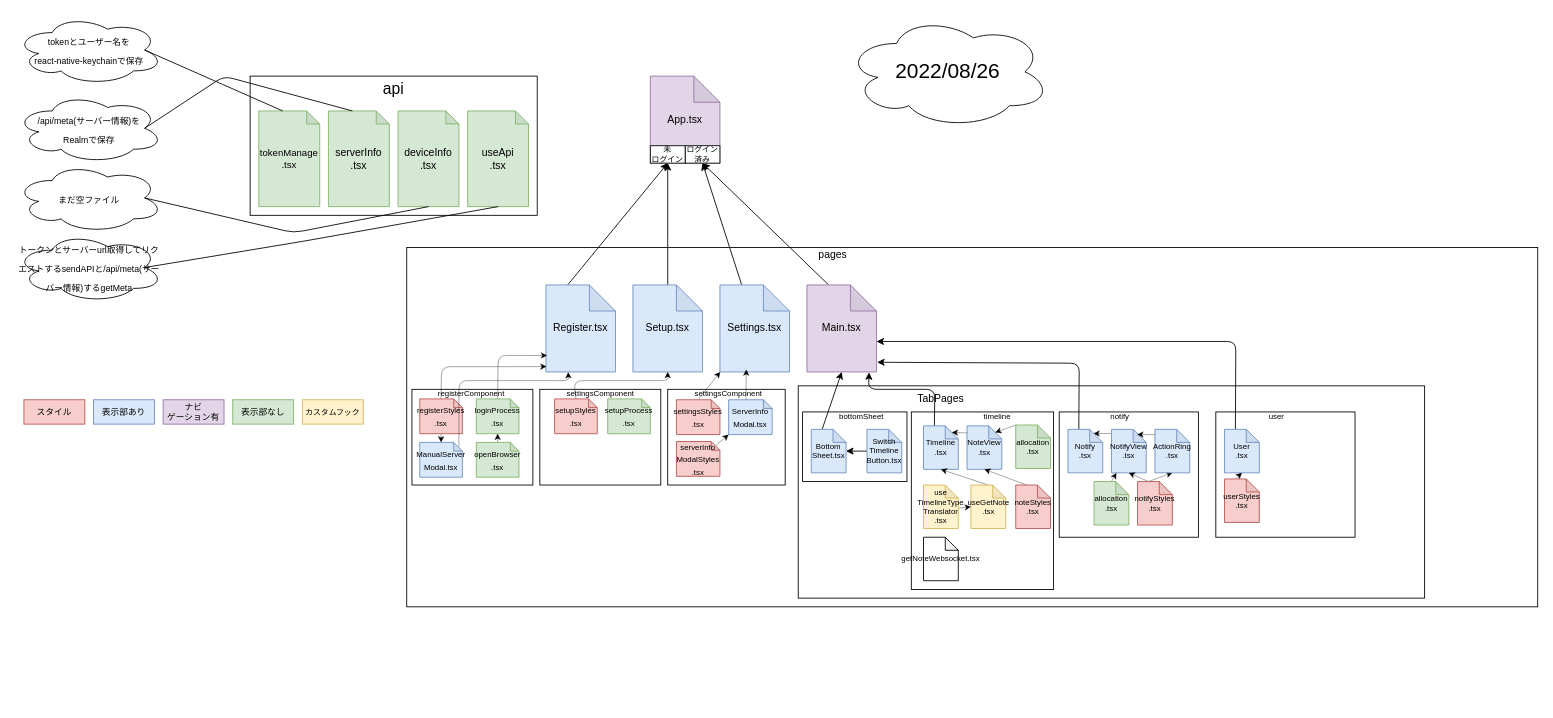
The draw.io diagram structure.drawio in 0-a-e/Pingheng, before the edit. Source tidied: cells renumbered, new cells numbered last; positions are measured from the earlier drawing's top-left corner, leaving out a move shared by most shapes. Both pictures are drawn from the tidied source at 87%, with x=0, y=0 at pixel (15, 15).
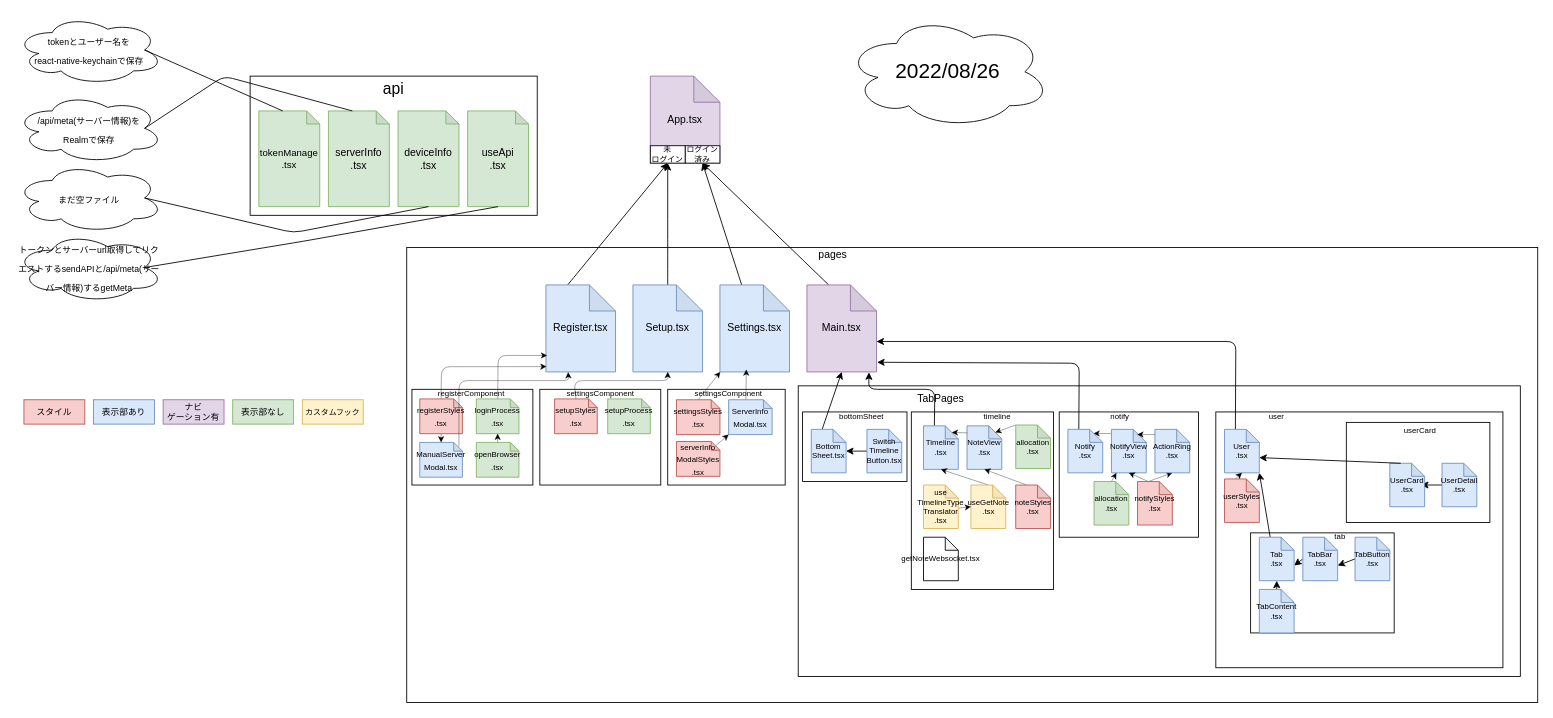
After the change.

Unchanged cells that the change refers to:
```xml
<mxCell id="93" value="User&lt;br&gt;.tsx" style="shape=note;whiteSpace=wrap;html=1;backgroundOutline=1;darkOpacity=0.05;fontSize=9;size=15;fillColor=#dae8fc;strokeColor=#6c8ebf;" parent="1" vertex="1">
  <mxGeometry x="1390" y="476" width="40" height="50" as="geometry" />
</mxCell>
```

Diff of the diagram source:
```diff
@@
     <mxCell id="2" style="rounded=0;whiteSpace=wrap;html=1;" parent="1" vertex="1">
-      <mxGeometry x="450" y="267" width="1300" height="413" as="geometry" />
+      <mxGeometry x="450" y="267" width="1300" height="523" as="geometry" />
     </mxCell>
@@
     <mxCell id="4" style="rounded=0;whiteSpace=wrap;html=1;" parent="1" vertex="1">
-      <mxGeometry x="900" y="426" width="720" height="244" as="geometry" />
+      <mxGeometry x="900" y="426" width="830" height="334" as="geometry" />
     </mxCell>
@@
     <mxCell id="90" style="rounded=0;whiteSpace=wrap;html=1;fontSize=9;" parent="1" vertex="1">
-      <mxGeometry x="1380" y="456" width="160" height="144" as="geometry" />
+      <mxGeometry x="1380" y="456" width="330" height="294" as="geometry" />
     </mxCell>
@@
+    <mxCell id="101" style="rounded=0;whiteSpace=wrap;html=1;" parent="1" vertex="1">
+      <mxGeometry x="1420" y="595" width="165" height="115" as="geometry" />
+    </mxCell>
+    <mxCell id="102" value="tab" style="text;html=1;strokeColor=none;fillColor=none;align=center;verticalAlign=middle;whiteSpace=wrap;rounded=0;fontSize=9;" parent="1" vertex="1">
+      <mxGeometry x="1492.5" y="590" width="60" height="20" as="geometry" />
+    </mxCell>
+    <mxCell id="103" style="edgeStyle=none;html=1;exitX=0;exitY=0.5;exitDx=0;exitDy=0;exitPerimeter=0;entryX=0;entryY=0;entryDx=40;entryDy=32.5;entryPerimeter=0;" parent="1" edge="1" source="104" target="106">
+      <mxGeometry relative="1" as="geometry" />
+    </mxCell>
+    <mxCell id="104" value="TabButton&lt;br&gt;.tsx" style="shape=note;whiteSpace=wrap;html=1;backgroundOutline=1;darkOpacity=0.05;fontSize=9;size=15;fillColor=#dae8fc;strokeColor=#6c8ebf;" parent="1" vertex="1">
+      <mxGeometry x="1540" y="600" width="40" height="50" as="geometry" />
+    </mxCell>
+    <mxCell id="105" style="edgeStyle=none;html=1;exitX=0;exitY=0.5;exitDx=0;exitDy=0;exitPerimeter=0;entryX=0;entryY=0;entryDx=40;entryDy=32.5;entryPerimeter=0;" parent="1" edge="1" source="106" target="108">
+      <mxGeometry relative="1" as="geometry" />
+    </mxCell>
+    <mxCell id="106" value="TabBar&lt;br&gt;.tsx" style="shape=note;whiteSpace=wrap;html=1;backgroundOutline=1;darkOpacity=0.05;fontSize=9;size=15;fillColor=#dae8fc;strokeColor=#6c8ebf;" parent="1" vertex="1">
+      <mxGeometry x="1480" y="600" width="40" height="50" as="geometry" />
+    </mxCell>
+    <mxCell id="107" style="edgeStyle=none;html=1;exitX=0;exitY=0;exitDx=12.5;exitDy=0;exitPerimeter=0;entryX=1;entryY=1;entryDx=0;entryDy=0;entryPerimeter=0;" parent="1" edge="1" source="108" target="93">
+      <mxGeometry relative="1" as="geometry" />
+    </mxCell>
+    <mxCell id="108" value="Tab&lt;br&gt;.tsx" style="shape=note;whiteSpace=wrap;html=1;backgroundOutline=1;darkOpacity=0.05;fontSize=9;size=15;fillColor=#dae8fc;strokeColor=#6c8ebf;" parent="1" vertex="1">
+      <mxGeometry x="1430" y="600" width="40" height="50" as="geometry" />
+    </mxCell>
+    <mxCell id="109" style="edgeStyle=none;html=1;exitX=0.5;exitY=0;exitDx=0;exitDy=0;exitPerimeter=0;" parent="1" edge="1" source="110" target="108">
+      <mxGeometry relative="1" as="geometry" />
+    </mxCell>
+    <mxCell id="110" value="TabContent&lt;br&gt;.tsx" style="shape=note;whiteSpace=wrap;html=1;backgroundOutline=1;darkOpacity=0.05;fontSize=9;size=15;fillColor=#dae8fc;strokeColor=#6c8ebf;" parent="1" vertex="1">
+      <mxGeometry x="1430" y="660" width="40" height="50" as="geometry" />
+    </mxCell>
+    <mxCell id="111" style="rounded=0;whiteSpace=wrap;html=1;" parent="1" vertex="1">
+      <mxGeometry x="1530" y="468" width="165" height="115" as="geometry" />
+    </mxCell>
+    <mxCell id="112" value="userCard" style="text;html=1;strokeColor=none;fillColor=none;align=center;verticalAlign=middle;whiteSpace=wrap;rounded=0;fontSize=9;" parent="1" vertex="1">
+      <mxGeometry x="1585" y="468" width="60" height="20" as="geometry" />
+    </mxCell>
+    <mxCell id="113" style="edgeStyle=none;html=1;exitX=0;exitY=0.5;exitDx=0;exitDy=0;exitPerimeter=0;entryX=0.896;entryY=0.499;entryDx=0;entryDy=0;entryPerimeter=0;" parent="1" edge="1" source="114" target="115">
+      <mxGeometry relative="1" as="geometry" />
+    </mxCell>
+    <mxCell id="114" value="UserDetail&lt;br&gt;.tsx" style="shape=note;whiteSpace=wrap;html=1;backgroundOutline=1;darkOpacity=0.05;fontSize=9;size=15;fillColor=#dae8fc;strokeColor=#6c8ebf;" parent="1" vertex="1">
+      <mxGeometry x="1640" y="515" width="40" height="50" as="geometry" />
+    </mxCell>
+    <mxCell id="115" value="UserCard&lt;br&gt;.tsx" style="shape=note;whiteSpace=wrap;html=1;backgroundOutline=1;darkOpacity=0.05;fontSize=9;size=15;fillColor=#dae8fc;strokeColor=#6c8ebf;" parent="1" vertex="1">
+      <mxGeometry x="1580" y="515" width="40" height="50" as="geometry" />
+    </mxCell>
+    <mxCell id="116" style="edgeStyle=none;html=1;exitX=0;exitY=0;exitDx=12.5;exitDy=0;exitPerimeter=0;entryX=0;entryY=0;entryDx=40;entryDy=32.5;entryPerimeter=0;" parent="1" edge="1" source="115" target="93">
+      <mxGeometry relative="1" as="geometry" />
+    </mxCell>
```
